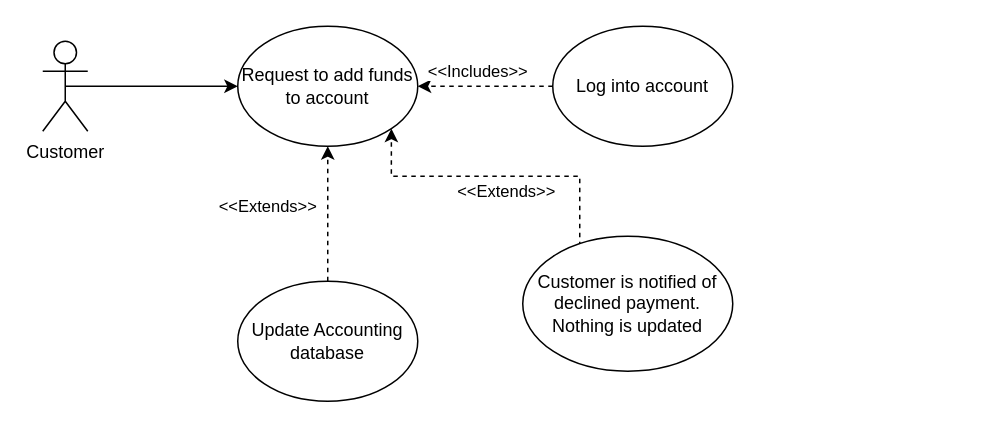
This is page "Funding management" (4 of 7) of Untitled Diagram.drawio from jdasnake81/cs3450-UseCaseDiagrams, a draw.io file, before an edit. Source tidied: cells renumbered, new cells numbered last; positions are measured from the earlier drawing's top-left corner, leaving out a move shared by most shapes. Both pictures are drawn from the tidied source at 150%, with x=0, y=0 at pixel (42, 26).
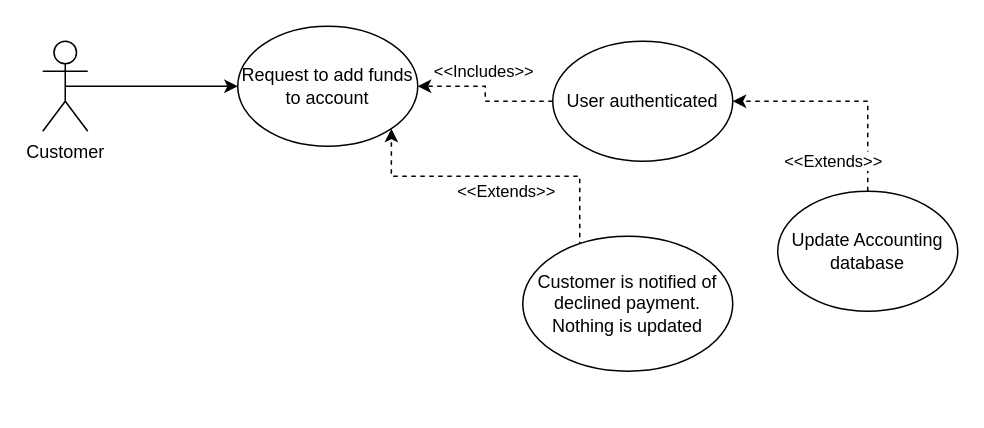
After the change.

Diff of the diagram source:
```diff
@@
 <mxGraphModel>
   <root>
     <mxCell id="0" />
     <mxCell id="1" parent="0" />
     <mxCell id="2" style="edgeStyle=orthogonalEdgeStyle;rounded=0;jettySize=auto;html=1;exitX=0.5;exitY=0.5;exitDx=0;exitDy=0;exitPerimeter=0;entryX=0;entryY=0.5;entryDx=0;entryDy=0;" parent="1" edge="1" source="3" target="4">
       <mxGeometry relative="1" as="geometry" />
     </mxCell>
     <mxCell id="3" value="Customer" style="shape=umlActor;verticalLabelPosition=bottom;verticalAlign=top;html=1;outlineConnect=0;" parent="1" vertex="1">
       <mxGeometry y="10" width="30" height="60" as="geometry" />
     </mxCell>
     <mxCell id="4" value="Request to add funds to account" style="ellipse;whiteSpace=wrap;html=1;" parent="1" vertex="1">
       <mxGeometry x="130" width="120" height="80" as="geometry" />
     </mxCell>
     <mxCell id="5" value="&amp;lt;&amp;lt;Includes&amp;gt;&amp;gt;" style="edgeStyle=orthogonalEdgeStyle;rounded=0;jettySize=auto;html=1;exitX=0;exitY=0.5;exitDx=0;exitDy=0;entryX=1;entryY=0.5;entryDx=0;entryDy=0;dashed=1;" parent="1" edge="1" source="6" target="4">
       <mxGeometry x="0.11" y="-10" relative="1" as="geometry" />
     </mxCell>
-    <mxCell id="6" value="Log into account" style="ellipse;whiteSpace=wrap;html=1;" parent="1" vertex="1">
-      <mxGeometry x="340" width="120" height="80" as="geometry" />
+    <mxCell id="6" value="User authenticated" style="ellipse;whiteSpace=wrap;html=1;" parent="1" vertex="1">
+      <mxGeometry x="340" y="10" width="120" height="80" as="geometry" />
     </mxCell>
-    <mxCell id="7" value="&amp;lt;&amp;lt;Extends&amp;gt;&amp;gt;" style="edgeStyle=orthogonalEdgeStyle;rounded=0;jettySize=auto;html=1;exitX=0.5;exitY=0;exitDx=0;exitDy=0;entryX=0.5;entryY=1;entryDx=0;entryDy=0;dashed=1;" parent="1" edge="1" source="8" target="4">
+    <mxCell id="7" value="&amp;lt;&amp;lt;Extends&amp;gt;&amp;gt;" style="edgeStyle=orthogonalEdgeStyle;rounded=0;jettySize=auto;html=1;exitX=0.5;exitY=0;exitDx=0;exitDy=0;entryX=1;entryY=0.5;entryDx=0;entryDy=0;dashed=1;" parent="1" edge="1" source="8" target="6">
       <mxGeometry x="0.11" y="40" relative="1" as="geometry" />
     </mxCell>
     <mxCell id="8" value="Update Accounting database" style="ellipse;whiteSpace=wrap;html=1;" parent="1" vertex="1">
-      <mxGeometry x="130" y="170" width="120" height="80" as="geometry" />
+      <mxGeometry x="490" y="110" width="120" height="80" as="geometry" />
     </mxCell>
     <mxCell id="9" value="&amp;lt;&amp;lt;Extends&amp;gt;&amp;gt;" style="edgeStyle=orthogonalEdgeStyle;rounded=0;jettySize=auto;html=1;exitX=0;exitY=0;exitDx=0;exitDy=0;entryX=1;entryY=1;entryDx=0;entryDy=0;dashed=1;" parent="1" edge="1" source="10" target="4">
       <mxGeometry x="0.05" y="10" relative="1" as="geometry">
         <Array as="points">
           <mxPoint x="358" y="100" />
           <mxPoint x="232" y="100" />
         </Array>
       </mxGeometry>
     </mxCell>
     <mxCell id="10" value="Customer is notified of declined payment. Nothing is updated" style="ellipse;whiteSpace=wrap;html=1;" parent="1" vertex="1">
       <mxGeometry x="320" y="140" width="140" height="90" as="geometry" />
     </mxCell>
   </root>
 </mxGraphModel>
```
